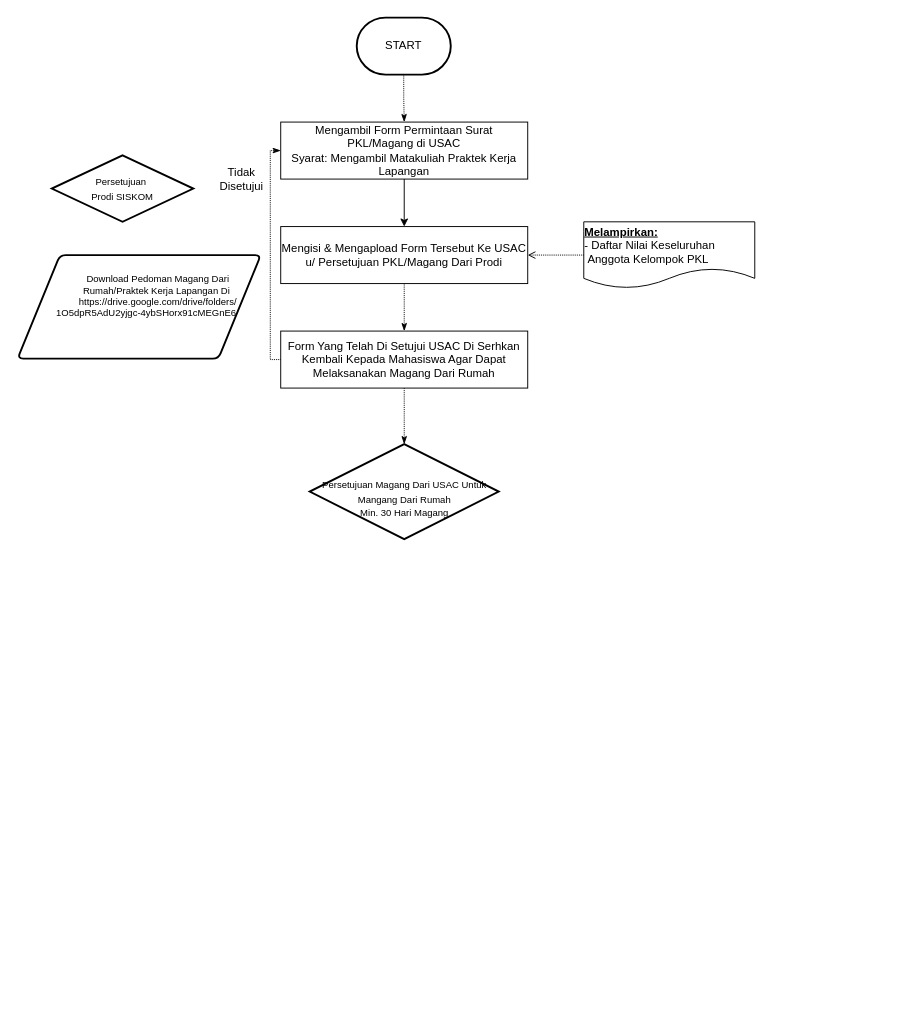
Earlier version of the draw.io diagram Untitled Diagram.drawio (EffenrilAgung/tugas-kuliah). Source tidied: cells renumbered, new cells numbered last; positions are measured from the earlier drawing's top-left corner, leaving out a move shared by most shapes. Both pictures are drawn from the tidied source at 95%, with x=0, y=0 at pixel (17, 17).
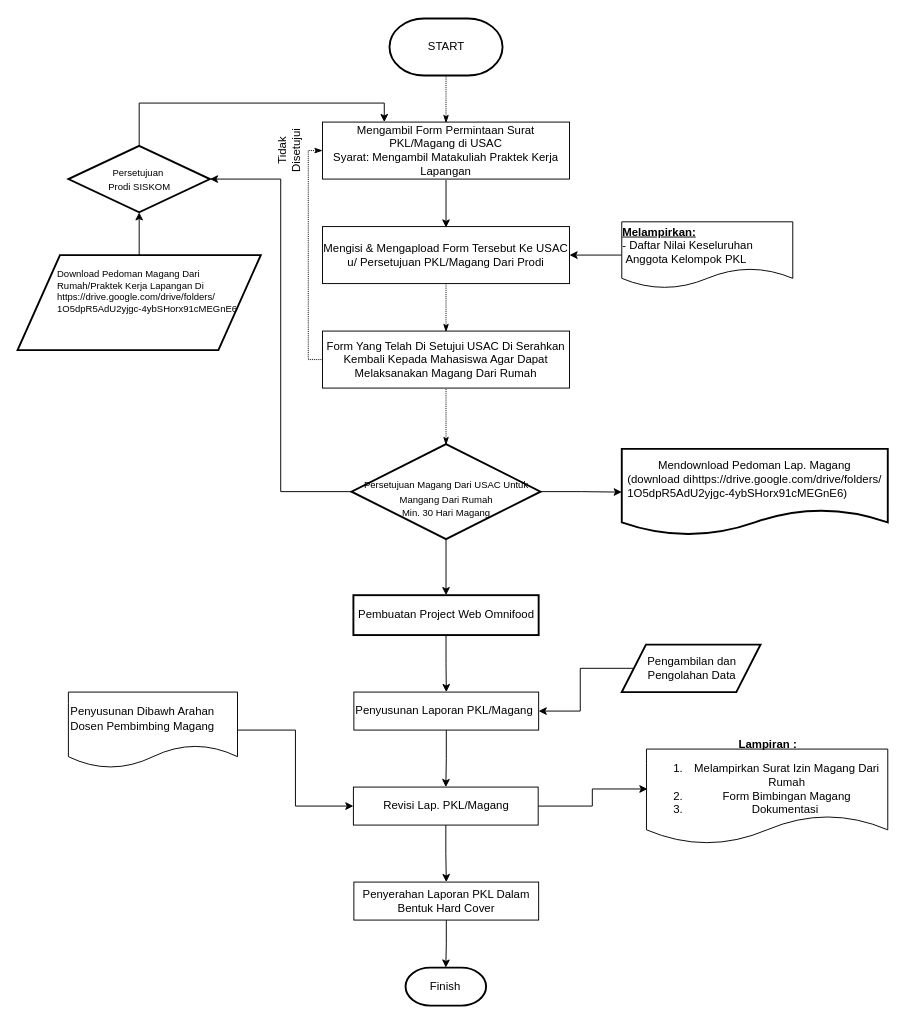
Above is the later version.

The edit, as a diff of the source:
```diff
@@
+    <mxCell id="17" style="edgeStyle=orthogonalEdgeStyle;rounded=0;jettySize=auto;html=1;" parent="1" edge="1" source="2" target="16">
+      <mxGeometry relative="1" as="geometry" />
+    </mxCell>
-    <mxCell id="2" value="&lt;blockquote style=&quot;margin: 0px 0px 0px 40px ; border: none ; padding: 0px ; font-size: 10px&quot;&gt;&lt;div&gt;&lt;font style=&quot;font-size: 10px&quot;&gt;Download Pedoman Magang Dari Rumah/Praktek Kerja Lapangan Di&amp;nbsp;&lt;/font&gt;&lt;/div&gt;&lt;div&gt;&lt;span&gt;&lt;font style=&quot;font-size: 10px&quot;&gt;https://drive.google.com/drive/folders/&lt;/font&gt;&lt;/span&gt;&lt;/div&gt;&lt;div style=&quot;text-align: left&quot;&gt;&lt;span&gt;&lt;font style=&quot;font-size: 10px&quot;&gt;1O5dpR5AdU2yjgc-4ybSHorx91cMEGnE6&lt;/font&gt;&lt;/span&gt;&lt;/div&gt;&lt;blockquote style=&quot;margin: 0px 0px 0px 40px ; border: none ; padding: 0px&quot;&gt;&lt;blockquote style=&quot;text-align: left ; margin: 0px 0px 0px 40px ; border: none ; padding: 0px&quot;&gt;&lt;font style=&quot;font-size: 10px&quot;&gt;&lt;br&gt;&lt;/font&gt;&lt;/blockquote&gt;&lt;/blockquote&gt;&lt;/blockquote&gt;&lt;blockquote style=&quot;margin: 0px 0px 0px 40px ; border: none ; padding: 0px ; font-size: 10px&quot;&gt;&lt;blockquote style=&quot;margin: 0 0 0 40px ; border: none ; padding: 0px&quot;&gt;&lt;/blockquote&gt;&lt;/blockquote&gt;&lt;blockquote style=&quot;margin: 0px 0px 0px 40px ; border: none ; padding: 0px ; font-size: 10px&quot;&gt;&lt;blockquote style=&quot;margin: 0px 0px 0px 40px ; border: none ; padding: 0px&quot;&gt;&lt;div style=&quot;text-align: justify&quot;&gt;&lt;span&gt;&lt;br&gt;&lt;/span&gt;&lt;/div&gt;&lt;/blockquote&gt;&lt;/blockquote&gt;&lt;div style=&quot;text-align: justify&quot;&gt;&lt;/div&gt;" style="shape=parallelogram;html=1;strokeWidth=2;perimeter=parallelogramPerimeter;whiteSpace=wrap;rounded=1;arcSize=12;size=0.17422867513611615;verticalAlign=middle;horizontal=1;" parent="1" vertex="1">
-      <mxGeometry y="250" width="256" height="109" as="geometry" />
+    <mxCell id="2" value="&lt;blockquote style=&quot;margin: 0px 0px 0px 40px ; border: none ; padding: 0px ; font-size: 10px&quot;&gt;&lt;div&gt;&lt;font style=&quot;font-size: 10px&quot;&gt;Download Pedoman Magang Dari Rumah/Praktek Kerja Lapangan Di&amp;nbsp;&lt;/font&gt;&lt;/div&gt;&lt;div&gt;&lt;span&gt;&lt;font style=&quot;font-size: 10px&quot;&gt;https://drive.google.com/drive/folders/&lt;/font&gt;&lt;/span&gt;&lt;/div&gt;&lt;div style=&quot;&quot;&gt;&lt;span&gt;&lt;font style=&quot;font-size: 10px&quot;&gt;1O5dpR5AdU2yjgc-4ybSHorx91cMEGnE6&lt;/font&gt;&lt;/span&gt;&lt;/div&gt;&lt;blockquote style=&quot;margin: 0px 0px 0px 40px ; border: none ; padding: 0px&quot;&gt;&lt;blockquote style=&quot;margin: 0px 0px 0px 40px; border: none; padding: 0px;&quot;&gt;&lt;font style=&quot;font-size: 10px&quot;&gt;&lt;br&gt;&lt;/font&gt;&lt;/blockquote&gt;&lt;/blockquote&gt;&lt;/blockquote&gt;&lt;blockquote style=&quot;margin: 0px 0px 0px 40px ; border: none ; padding: 0px ; font-size: 10px&quot;&gt;&lt;blockquote style=&quot;margin: 0 0 0 40px ; border: none ; padding: 0px&quot;&gt;&lt;/blockquote&gt;&lt;/blockquote&gt;&lt;blockquote style=&quot;margin: 0px 0px 0px 40px ; border: none ; padding: 0px ; font-size: 10px&quot;&gt;&lt;blockquote style=&quot;margin: 0px 0px 0px 40px ; border: none ; padding: 0px&quot;&gt;&lt;div style=&quot;&quot;&gt;&lt;span&gt;&lt;br&gt;&lt;/span&gt;&lt;/div&gt;&lt;/blockquote&gt;&lt;/blockquote&gt;&lt;div style=&quot;&quot;&gt;&lt;/div&gt;" style="shape=parallelogram;html=1;strokeWidth=2;perimeter=parallelogramPerimeter;whiteSpace=wrap;rounded=1;arcSize=0;size=0.17422867513611615;verticalAlign=middle;horizontal=1;perimeterSpacing=0;align=left;" parent="1" vertex="1">
+      <mxGeometry y="250" width="256" height="100" as="geometry" />
     </mxCell>
     <mxCell id="3" value="Mengambil Form Permintaan Surat PKL/Magang di USAC &lt;br&gt;Syarat: Mengambil Matakuliah Praktek Kerja Lapangan" style="rounded=0;whiteSpace=wrap;html=1;" parent="1" vertex="1">
-      <mxGeometry x="277" y="110" width="260" height="60" as="geometry" />
+      <mxGeometry x="321" y="110" width="260" height="60" as="geometry" />
     </mxCell>
-    <mxCell id="4" style="edgeStyle=elbowEdgeStyle;rounded=0;jettySize=auto;elbow=vertical;html=1;dashed=1;dashPattern=1 1;endArrow=classicThin;endFill=1;strokeColor=#000000;" parent="1" edge="1" source="5" target="14">
-      <mxGeometry relative="1" as="geometry" />
+    <mxCell id="4" style="edgeStyle=elbowEdgeStyle;rounded=0;orthogonalLoop=1;jettySize=auto;elbow=vertical;html=1;dashed=1;dashPattern=1 1;endArrow=classicThin;endFill=1;strokeColor=#000000;" parent="1" edge="1">
+      <mxGeometry relative="1" as="geometry">
+        <mxPoint x="451" y="281" as="sourcePoint" />
+        <mxPoint x="451" y="331" as="targetPoint" />
+      </mxGeometry>
     </mxCell>
     <mxCell id="5" value="Mengisi &amp;amp; Mengapload Form Tersebut Ke USAC u/ Persetujuan PKL/Magang Dari Prodi" style="rounded=0;whiteSpace=wrap;html=1;" parent="1" vertex="1">
-      <mxGeometry x="277" y="220" width="260" height="60" as="geometry" />
+      <mxGeometry x="321" y="220" width="260" height="60" as="geometry" />
     </mxCell>
-    <mxCell id="6" style="endArrow=classic;html=1;entryX=0.5;entryY=0;entryDx=0;entryDy=0;exitX=0.5;exitY=1;exitDx=0;exitDy=0;" parent="1" edge="1" source="3" target="5">
-      <mxGeometry relative="1" as="geometry" />
+    <mxCell id="6" style="endArrow=classic;html=1;entryX=0.5;entryY=0;entryDx=0;entryDy=0;exitX=0.5;exitY=1;exitDx=0;exitDy=0;" parent="1" edge="1">
+      <mxGeometry relative="1" as="geometry">
+        <mxPoint x="451" y="171" as="sourcePoint" />
+        <mxPoint x="451" y="221" as="targetPoint" />
+      </mxGeometry>
     </mxCell>
-    <mxCell id="7" style="edgeStyle=elbowEdgeStyle;rounded=0;jettySize=auto;elbow=vertical;html=1;dashed=1;dashPattern=1 1;endArrow=open;endFill=0;strokeColor=#000000;" parent="1" edge="1" source="8" target="5">
+    <mxCell id="7" style="edgeStyle=orthogonalEdgeStyle;rounded=0;jettySize=auto;html=1;" parent="1" edge="1" source="8" target="5">
       <mxGeometry relative="1" as="geometry" />
     </mxCell>
     <mxCell id="8" value="&lt;div style=&quot;text-align: left&quot;&gt;&lt;span&gt;&lt;b&gt;&lt;u&gt;Melampirkan:&lt;/u&gt;&lt;/b&gt;&lt;/span&gt;&lt;/div&gt;&lt;div style=&quot;text-align: left&quot;&gt;&lt;span&gt;- Daftar Nilai Keseluruhan&amp;nbsp; &amp;nbsp; &amp;nbsp; &amp;nbsp;Anggota Kelompok PKL&lt;/span&gt;&lt;br&gt;&lt;/div&gt;" style="shape=document;whiteSpace=wrap;html=1;boundedLbl=1;" parent="1" vertex="1">
-      <mxGeometry x="596" y="215" width="180" height="70" as="geometry" />
+      <mxGeometry x="636" y="215" width="180" height="70" as="geometry" />
     </mxCell>
-    <mxCell id="9" style="edgeStyle=elbowEdgeStyle;rounded=0;jettySize=auto;elbow=vertical;html=1;dashed=1;dashPattern=1 1;endArrow=classicThin;endFill=1;strokeColor=#000000;" parent="1" edge="1" source="10" target="3">
-      <mxGeometry relative="1" as="geometry" />
+    <mxCell id="9" style="edgeStyle=elbowEdgeStyle;rounded=0;jettySize=auto;elbow=vertical;html=1;dashed=1;dashPattern=1 1;endArrow=classicThin;endFill=1;strokeColor=#000000;" parent="1" edge="1" source="10">
+      <mxGeometry relative="1" as="geometry">
+        <mxPoint x="451" y="111" as="targetPoint" />
+      </mxGeometry>
     </mxCell>
     <mxCell id="10" value="START" style="strokeWidth=2;html=1;shape=mxgraph.flowchart.terminator;whiteSpace=wrap;" parent="1" vertex="1">
-      <mxGeometry x="357" width="99" height="60" as="geometry" />
+      <mxGeometry x="391.5" y="1" width="119" height="60" as="geometry" />
     </mxCell>
+    <mxCell id="18" style="edgeStyle=orthogonalEdgeStyle;rounded=0;jettySize=auto;html=1;exitX=0;exitY=0.5;exitDx=0;exitDy=0;exitPerimeter=0;entryX=1;entryY=0.5;entryDx=0;entryDy=0;entryPerimeter=0;" parent="1" edge="1" source="11" target="16">
+      <mxGeometry relative="1" as="geometry" />
+    </mxCell>
+    <mxCell id="19" style="edgeStyle=orthogonalEdgeStyle;rounded=0;jettySize=auto;html=1;" parent="1" edge="1" source="11" target="22">
+      <mxGeometry relative="1" as="geometry" />
+    </mxCell>
+    <mxCell id="20" style="edgeStyle=orthogonalEdgeStyle;rounded=0;jettySize=auto;html=1;" parent="1" edge="1" source="11" target="24">
+      <mxGeometry relative="1" as="geometry" />
+    </mxCell>
     <mxCell id="11" value="&lt;font style=&quot;font-size: 10px&quot;&gt;&lt;br&gt;Persetujuan Magang Dari USAC Untuk Mangang Dari Rumah&lt;br&gt;Min. 30 Hari Magang&lt;br&gt;&lt;/font&gt;" style="strokeWidth=2;html=1;shape=mxgraph.flowchart.decision;whiteSpace=wrap;" parent="1" vertex="1">
-      <mxGeometry x="307.5" y="449" width="199" height="100" as="geometry" />
+      <mxGeometry x="351.5" y="449" width="199" height="100" as="geometry" />
     </mxCell>
     <mxCell id="12" style="edgeStyle=elbowEdgeStyle;rounded=0;jettySize=auto;elbow=vertical;html=1;exitX=0;exitY=0.5;exitDx=0;exitDy=0;entryX=0;entryY=0.5;entryDx=0;entryDy=0;dashed=1;dashPattern=1 1;endArrow=classicThin;endFill=1;strokeColor=#000000;" parent="1" edge="1" source="14" target="3">
       <mxGeometry relative="1" as="geometry">
         <Array as="points">
-          <mxPoint x="266" y="250" />
+          <mxPoint x="306" y="250" />
+          <mxPoint x="286" y="240" />
         </Array>
       </mxGeometry>
     </mxCell>
-    <mxCell id="13" style="edgeStyle=elbowEdgeStyle;rounded=0;jettySize=auto;elbow=vertical;html=1;dashed=1;dashPattern=1 1;endArrow=classicThin;endFill=1;strokeColor=#000000;" parent="1" edge="1" source="14" target="11">
-      <mxGeometry relative="1" as="geometry" />
+    <mxCell id="13" style="edgeStyle=elbowEdgeStyle;rounded=0;orthogonalLoop=1;jettySize=auto;elbow=vertical;html=1;dashed=1;dashPattern=1 1;endArrow=classicThin;endFill=1;strokeColor=#000000;" parent="1" edge="1">
+      <mxGeometry relative="1" as="geometry">
+        <mxPoint x="451" y="391" as="sourcePoint" />
+        <mxPoint x="451" y="450" as="targetPoint" />
+      </mxGeometry>
     </mxCell>
-    <mxCell id="14" value="Form Yang Telah Di Setujui USAC Di Serhkan Kembali Kepada Mahasiswa Agar Dapat Melaksanakan Magang Dari Rumah" style="rounded=0;whiteSpace=wrap;html=1;" parent="1" vertex="1">
-      <mxGeometry x="277" y="330" width="260" height="60" as="geometry" />
+    <mxCell id="14" value="Form Yang Telah Di Setujui USAC Di Serahkan Kembali Kepada Mahasiswa Agar Dapat Melaksanakan Magang Dari Rumah" style="rounded=0;whiteSpace=wrap;html=1;" parent="1" vertex="1">
+      <mxGeometry x="321" y="330" width="260" height="60" as="geometry" />
     </mxCell>
-    <mxCell id="15" value="Tidak Disetujui" style="text;html=1;strokeColor=none;fillColor=none;align=center;verticalAlign=middle;whiteSpace=wrap;rounded=0;" parent="1" vertex="1">
-      <mxGeometry x="216" y="160" width="40" height="20" as="geometry" />
+    <mxCell id="15" value="Tidak Disetujui" style="text;html=1;strokeColor=none;fillColor=none;align=center;verticalAlign=middle;whiteSpace=wrap;rounded=0;rotation=-90;" parent="1" vertex="1">
+      <mxGeometry x="266" y="130" width="40" height="20" as="geometry" />
     </mxCell>
+    <mxCell id="21" style="edgeStyle=orthogonalEdgeStyle;rounded=0;jettySize=auto;html=1;exitX=0.5;exitY=0;exitDx=0;exitDy=0;exitPerimeter=0;entryX=0.25;entryY=0;entryDx=0;entryDy=0;" parent="1" edge="1" source="16" target="3">
+      <mxGeometry relative="1" as="geometry" />
+    </mxCell>
     <mxCell id="16" value="&lt;font style=&quot;font-size: 10px&quot;&gt;Persetujuan&amp;nbsp;&lt;br&gt;Prodi SISKOM&lt;br&gt;&lt;/font&gt;" style="strokeWidth=2;html=1;shape=mxgraph.flowchart.decision;whiteSpace=wrap;" parent="1" vertex="1">
-      <mxGeometry x="36" y="145" width="149" height="70" as="geometry" />
+      <mxGeometry x="53.5" y="135" width="149" height="70" as="geometry" />
     </mxCell>
+    <mxCell id="22" value="&lt;font style=&quot;font-size: 12px&quot;&gt;Mendownload Pedoman Lap. Magang&lt;br&gt;(download di&lt;span style=&quot;text-align: left&quot;&gt;https://drive.google.com/drive/folders/&lt;/span&gt;&lt;/font&gt;&lt;div style=&quot;text-align: left&quot;&gt;&lt;font style=&quot;font-size: 12px&quot;&gt;1O5dpR5AdU2yjgc-4ybSHorx91cMEGnE6)&lt;/font&gt;&lt;/div&gt;" style="shape=document;whiteSpace=wrap;html=1;boundedLbl=1;strokeWidth=2;" parent="1" vertex="1">
+      <mxGeometry x="636" y="454" width="280" height="91" as="geometry" />
+    </mxCell>
+    <mxCell id="23" style="edgeStyle=orthogonalEdgeStyle;rounded=0;jettySize=auto;html=1;" parent="1" edge="1" source="24" target="26">
+      <mxGeometry relative="1" as="geometry" />
+    </mxCell>
+    <mxCell id="24" value="Pembuatan Project Web Omnifood" style="whiteSpace=wrap;html=1;strokeWidth=2;" parent="1" vertex="1">
+      <mxGeometry x="353.5" y="608" width="195" height="42" as="geometry" />
+    </mxCell>
+    <mxCell id="25" style="edgeStyle=orthogonalEdgeStyle;rounded=0;jettySize=auto;html=1;" parent="1" edge="1" source="26" target="33">
+      <mxGeometry relative="1" as="geometry" />
+    </mxCell>
+    <mxCell id="26" value="Penyusunan Laporan PKL/Magang" style="rounded=0;whiteSpace=wrap;html=1;align=left;" parent="1" vertex="1">
+      <mxGeometry x="354" y="710" width="194.5" height="40" as="geometry" />
+    </mxCell>
+    <mxCell id="27" style="edgeStyle=orthogonalEdgeStyle;rounded=0;jettySize=auto;html=1;entryX=0;entryY=0.5;entryDx=0;entryDy=0;" parent="1" edge="1" source="28" target="33">
+      <mxGeometry relative="1" as="geometry" />
+    </mxCell>
+    <mxCell id="28" value="Penyusunan Dibawh Arahan Dosen Pembimbing Magang" style="shape=document;whiteSpace=wrap;html=1;boundedLbl=1;rounded=1;align=left;" parent="1" vertex="1">
+      <mxGeometry x="53.5" y="710" width="178" height="80" as="geometry" />
+    </mxCell>
+    <mxCell id="29" style="edgeStyle=orthogonalEdgeStyle;rounded=0;jettySize=auto;html=1;entryX=1;entryY=0.5;entryDx=0;entryDy=0;" parent="1" edge="1" source="30" target="26">
+      <mxGeometry relative="1" as="geometry" />
+    </mxCell>
+    <mxCell id="30" value="&lt;div style=&quot;text-align: center&quot;&gt;&lt;span&gt;Pengambilan dan Pengolahan Data&lt;/span&gt;&lt;/div&gt;&lt;div&gt;&lt;/div&gt;" style="shape=parallelogram;html=1;strokeWidth=2;perimeter=parallelogramPerimeter;whiteSpace=wrap;rounded=1;arcSize=0;size=0.17422867513611615;verticalAlign=middle;horizontal=1;perimeterSpacing=0;align=left;" parent="1" vertex="1">
+      <mxGeometry x="636" y="660" width="146" height="50" as="geometry" />
+    </mxCell>
+    <mxCell id="31" style="edgeStyle=orthogonalEdgeStyle;rounded=0;jettySize=auto;html=1;exitX=1;exitY=0.5;exitDx=0;exitDy=0;entryX=0.004;entryY=0.42;entryDx=0;entryDy=0;entryPerimeter=0;" parent="1" edge="1" source="33" target="34">
+      <mxGeometry relative="1" as="geometry" />
+    </mxCell>
+    <mxCell id="32" style="edgeStyle=orthogonalEdgeStyle;rounded=0;jettySize=auto;html=1;" parent="1" edge="1" source="33" target="36">
+      <mxGeometry relative="1" as="geometry" />
+    </mxCell>
+    <mxCell id="33" value="Revisi Lap. PKL/Magang" style="rounded=0;whiteSpace=wrap;html=1;align=center;" parent="1" vertex="1">
+      <mxGeometry x="353.5" y="810" width="194.5" height="40" as="geometry" />
+    </mxCell>
+    <mxCell id="34" value="&lt;div style=&quot;text-align: center&quot;&gt;&lt;b&gt;Lampiran :&lt;/b&gt;&lt;/div&gt;&lt;div style=&quot;text-align: center&quot;&gt;&lt;ol&gt;&lt;li&gt;Melampirkan Surat Izin Magang Dari Rumah&lt;/li&gt;&lt;li&gt;Form Bimbingan Magang&lt;/li&gt;&lt;li&gt;Dokumentasi&amp;nbsp;&lt;/li&gt;&lt;/ol&gt;&lt;/div&gt;" style="shape=document;whiteSpace=wrap;html=1;boundedLbl=1;rounded=1;align=left;" parent="1" vertex="1">
+      <mxGeometry x="662" y="770" width="254" height="100" as="geometry" />
+    </mxCell>
+    <mxCell id="35" style="edgeStyle=orthogonalEdgeStyle;rounded=0;jettySize=auto;html=1;" parent="1" edge="1" source="36" target="37">
+      <mxGeometry relative="1" as="geometry" />
+    </mxCell>
+    <mxCell id="36" value="&lt;div&gt;Penyerahan Laporan PKL Dalam Bentuk Hard Cover&lt;/div&gt;" style="rounded=0;whiteSpace=wrap;html=1;align=center;" parent="1" vertex="1">
+      <mxGeometry x="354" y="910" width="194.5" height="40" as="geometry" />
+    </mxCell>
+    <mxCell id="37" value="Finish" style="strokeWidth=2;html=1;shape=mxgraph.flowchart.terminator;whiteSpace=wrap;" parent="1" vertex="1">
+      <mxGeometry x="408.4" y="1000" width="84.8" height="40" as="geometry" />
+    </mxCell>
```
